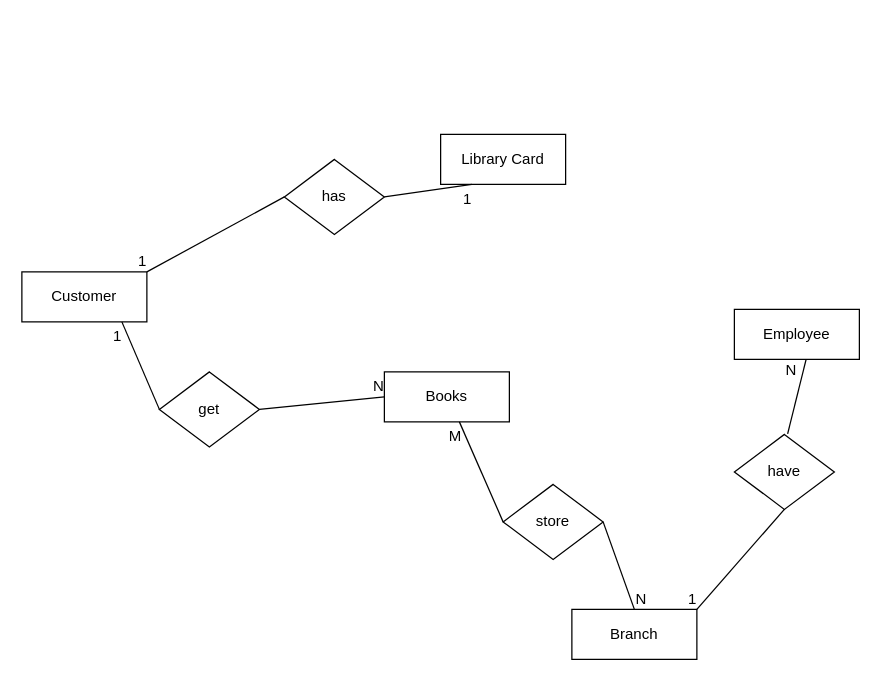
This is Untitled Diagram.drawio from ImaDeSara/ImaDeSara, a draw.io file, before an edit. Source tidied: cells renumbered, new cells numbered last; positions are measured from the earlier drawing's top-left corner, leaving out a move shared by most shapes. Both pictures are drawn from the tidied source at 125%, with x=0, y=0 at pixel (21, 134).
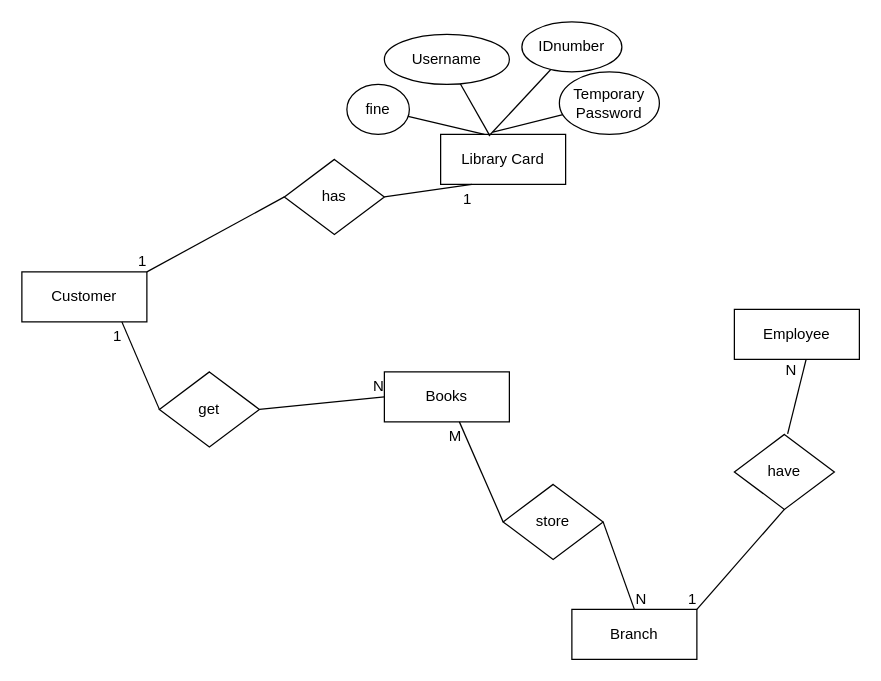
The same page after the edit.

The change refers to these unchanged cells:
```xml
<mxCell id="3" value="Library Card" style="whiteSpace=wrap;html=1;align=center;" parent="1" vertex="1">
  <mxGeometry x="335" width="100" height="40" as="geometry" />
</mxCell>
```

The edit, as a diff of the source:
```diff
@@
+    <mxCell id="27" style="rounded=0;jettySize=auto;html=1;endArrow=none;endFill=0;" parent="1" edge="1" source="28" target="3">
+      <mxGeometry relative="1" as="geometry" />
+    </mxCell>
+    <mxCell id="28" value="Username" style="ellipse;whiteSpace=wrap;html=1;align=center;" parent="1" vertex="1">
+      <mxGeometry x="290" y="-80" width="100" height="40" as="geometry" />
+    </mxCell>
+    <mxCell id="29" style="edgeStyle=none;rounded=0;jettySize=auto;html=1;entryX=0.386;entryY=0.033;entryDx=0;entryDy=0;entryPerimeter=0;endArrow=none;endFill=0;" parent="1" edge="1" source="30" target="3">
+      <mxGeometry relative="1" as="geometry" />
+    </mxCell>
+    <mxCell id="30" value="IDnumber" style="ellipse;whiteSpace=wrap;html=1;align=center;" parent="1" vertex="1">
+      <mxGeometry x="400" y="-90" width="80" height="40" as="geometry" />
+    </mxCell>
+    <mxCell id="31" style="edgeStyle=none;rounded=0;jettySize=auto;html=1;entryX=0.417;entryY=-0.046;entryDx=0;entryDy=0;entryPerimeter=0;endArrow=none;endFill=0;" parent="1" edge="1" source="32" target="3">
+      <mxGeometry relative="1" as="geometry" />
+    </mxCell>
+    <mxCell id="32" value="Temporary Password" style="ellipse;whiteSpace=wrap;html=1;align=center;" parent="1" vertex="1">
+      <mxGeometry x="430" y="-50" width="80" height="50" as="geometry" />
+    </mxCell>
+    <mxCell id="33" style="edgeStyle=none;rounded=0;jettySize=auto;html=1;endArrow=none;endFill=0;" parent="1" edge="1" source="34">
+      <mxGeometry relative="1" as="geometry">
+        <mxPoint x="370" as="targetPoint" />
+      </mxGeometry>
+    </mxCell>
+    <mxCell id="34" value="fine" style="ellipse;whiteSpace=wrap;html=1;align=center;" parent="1" vertex="1">
+      <mxGeometry x="260" y="-40" width="50" height="40" as="geometry" />
+    </mxCell>
```
